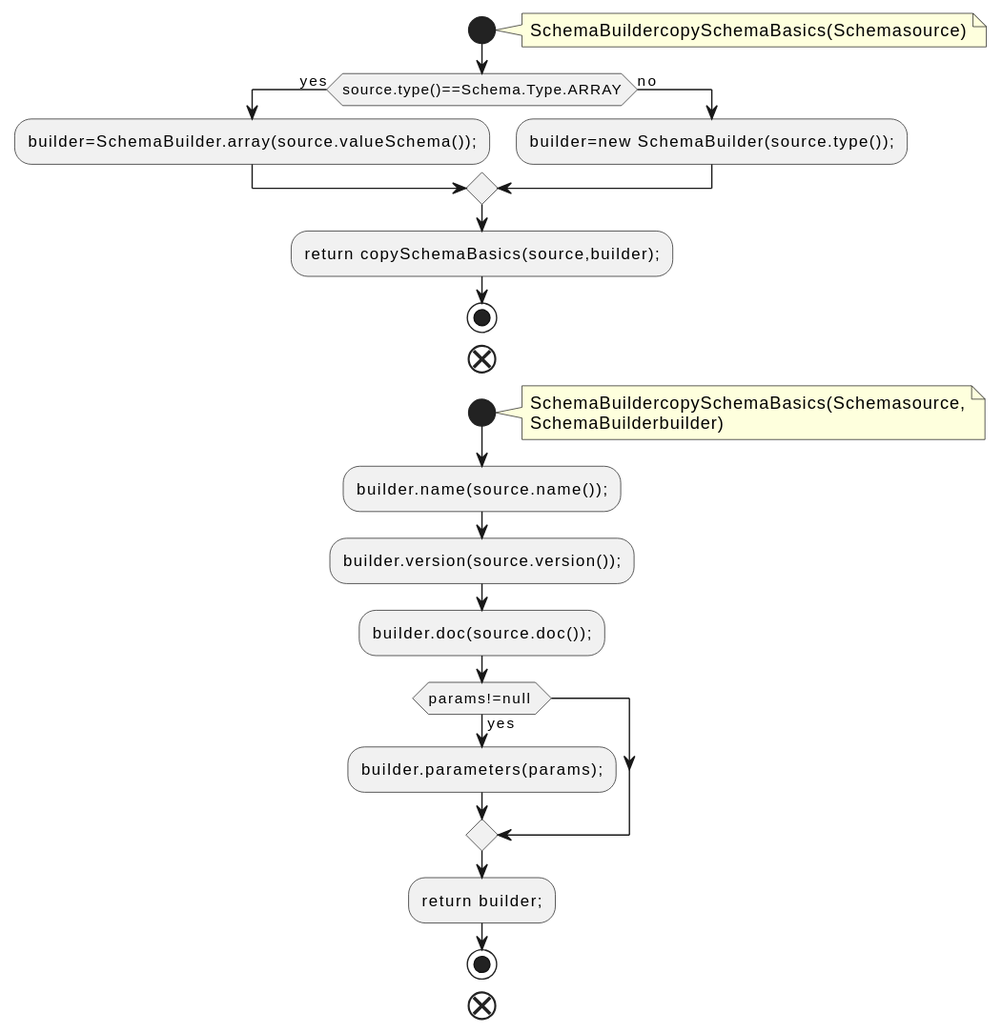
Before: docs/qc/connect/transforms/src/main/java/org/apache/kafka/connect/transforms/util/SchemaUtil.java.fct.svg, a diagram exported from PlantUML (qualitesys/kafka).
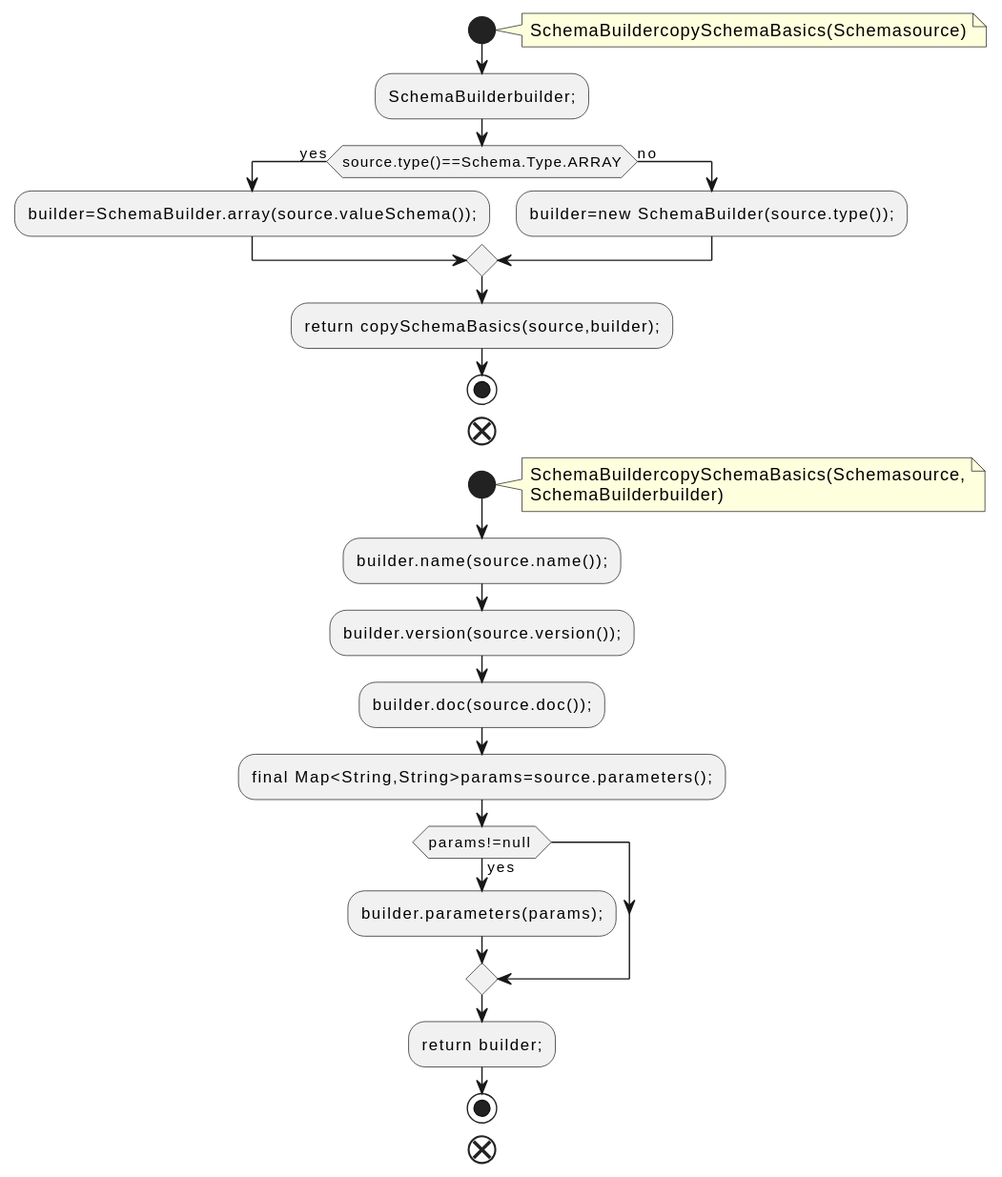
After the commit.

Change to the diagram source:
```diff
@@ -4,6 +4,7 @@
 note right
 SchemaBuildercopySchemaBasics(Schemasource)
 end note
+:SchemaBuilderbuilder;;
 if (source.type()==Schema.Type.ARRAY) then (yes)
 :builder=SchemaBuilder.array(source.valueSchema());;
 else (no)
@@ -20,6 +21,7 @@
 :builder.name(source.name());;
 :builder.version(source.version());;
 :builder.doc(source.doc());;
+:final Map<String,String>params=source.parameters();;
 if (params!=null ) then (yes)
 :builder.parameters(params);;
 endif
```
